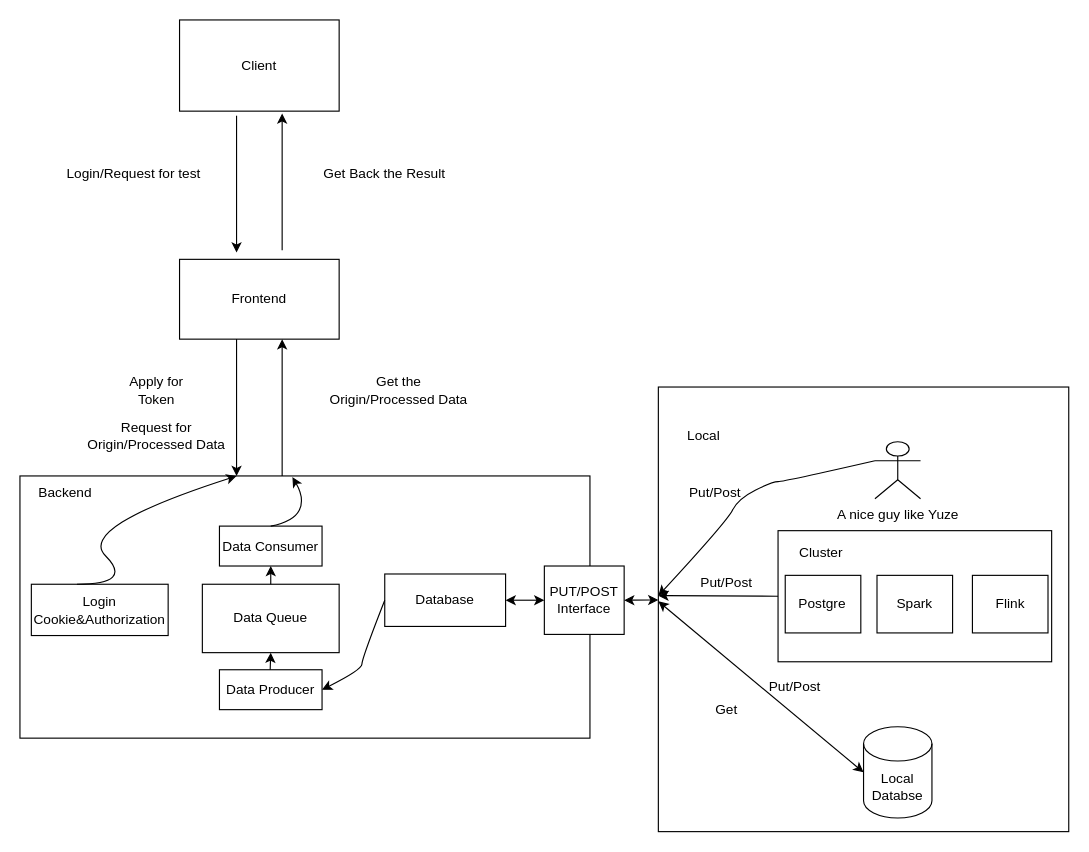
This is Untitled Diagram.drawio from guokedashuaige/styledesign, a draw.io file, before an edit. Source tidied: cells renumbered, new cells numbered last; positions are measured from the earlier drawing's top-left corner, leaving out a move shared by most shapes. Both pictures are drawn from the tidied source at 114%, with x=0, y=0 at pixel (19, 19).
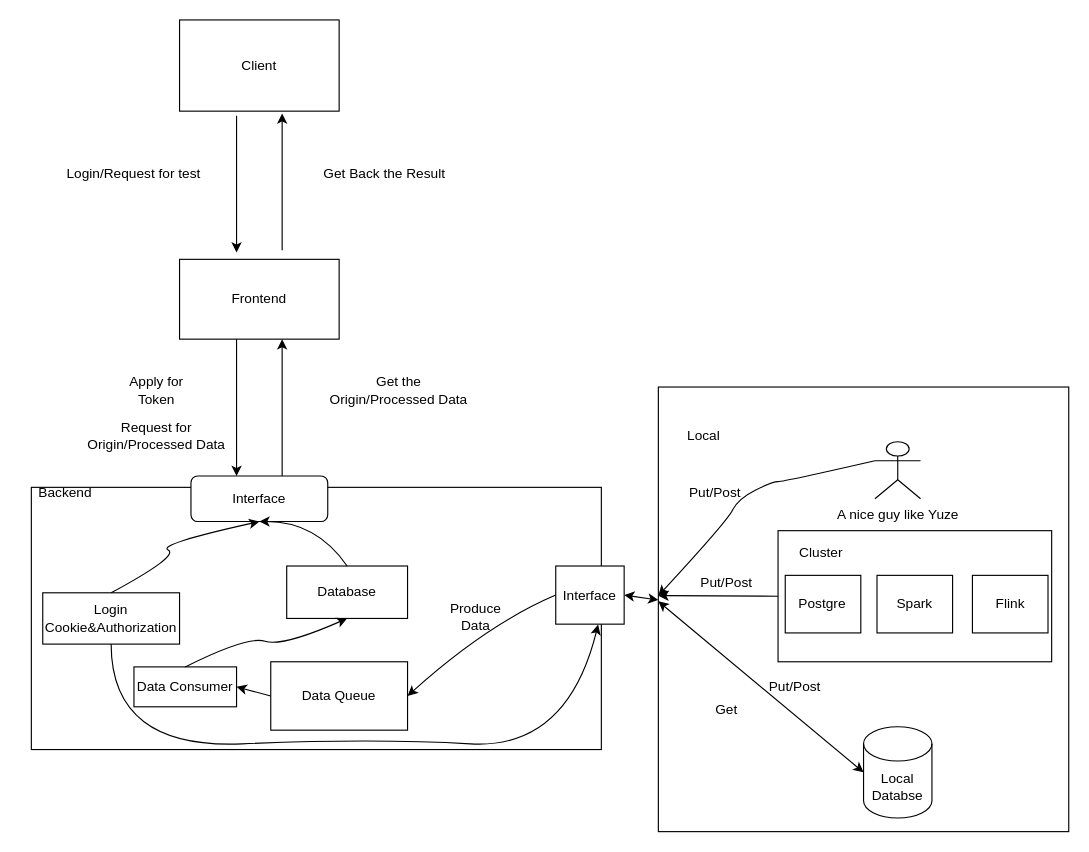
Above is the later version.

What changed in the source:
```diff
@@
     <mxCell id="9" style="rounded=0;whiteSpace=wrap;html=1;" parent="1" vertex="1">
-      <mxGeometry y="400" width="500" height="230" as="geometry" />
+      <mxGeometry x="10" y="410" width="500" height="230" as="geometry" />
     </mxCell>
@@
     <mxCell id="12" value="Login Cookie&amp;amp;Authorization" style="rounded=0;whiteSpace=wrap;html=1;" parent="1" vertex="1">
-      <mxGeometry x="10" y="495" width="120" height="45" as="geometry" />
+      <mxGeometry x="20" y="502.5" width="120" height="45" as="geometry" />
     </mxCell>
@@
     <mxCell id="14" value="Data Queue" style="rounded=0;whiteSpace=wrap;html=1;" parent="1" vertex="1">
-      <mxGeometry x="160" y="495" width="120" height="60" as="geometry" />
+      <mxGeometry x="220" y="563" width="120" height="60" as="geometry" />
     </mxCell>
-    <mxCell id="15" value="Data Producer" style="rounded=0;whiteSpace=wrap;html=1;" parent="1" vertex="1">
-      <mxGeometry x="175" y="570" width="90" height="35" as="geometry" />
-    </mxCell>
-    <mxCell id="16" style="curved=1;endArrow=classic;html=1;rounded=0;" parent="1" edge="1">
-      <mxGeometry relative="1" as="geometry">
-        <mxPoint x="50" y="495" as="sourcePoint" />
-        <mxPoint x="190" y="400" as="targetPoint" />
-        <Array as="points">
-          <mxPoint x="100" y="495" />
-          <mxPoint x="50" y="445" />
-        </Array>
-      </mxGeometry>
-    </mxCell>
-    <mxCell id="17" style="endArrow=classic;html=1;rounded=0;entryX=0.5;entryY=1;entryDx=0;entryDy=0;" parent="1" edge="1" target="14">
-      <mxGeometry relative="1" as="geometry">
-        <mxPoint x="219.5" y="570" as="sourcePoint" />
-      </mxGeometry>
-    </mxCell>
     <mxCell id="18" value="Data Consumer" style="rounded=0;whiteSpace=wrap;html=1;" parent="1" vertex="1">
-      <mxGeometry x="175" y="444" width="90" height="35" as="geometry" />
+      <mxGeometry x="100" y="567.5" width="90" height="35" as="geometry" />
     </mxCell>
-    <mxCell id="19" style="endArrow=classic;html=1;rounded=0;entryX=0.5;entryY=1;entryDx=0;entryDy=0;exitX=0.5;exitY=0;exitDx=0;exitDy=0;" parent="1" edge="1" source="14" target="18">
+    <mxCell id="19" style="endArrow=classic;html=1;rounded=0;entryX=1;entryY=0.5;entryDx=0;entryDy=0;exitX=0;exitY=0.5;exitDx=0;exitDy=0;" parent="1" edge="1" source="14" target="18">
       <mxGeometry relative="1" as="geometry" />
     </mxCell>
-    <mxCell id="20" style="curved=1;endArrow=classic;html=1;rounded=0;exitX=0.5;exitY=0;exitDx=0;exitDy=0;entryX=0.478;entryY=0.004;entryDx=0;entryDy=0;entryPerimeter=0;" parent="1" edge="1" source="18" target="9">
-      <mxGeometry relative="1" as="geometry">
-        <Array as="points">
-          <mxPoint x="240" y="440" />
-          <mxPoint x="250" y="420" />
-        </Array>
-      </mxGeometry>
-    </mxCell>
     <mxCell id="21" value="Database" style="rounded=0;whiteSpace=wrap;html=1;" parent="1" vertex="1">
-      <mxGeometry x="320" y="486" width="106" height="46" as="geometry" />
+      <mxGeometry x="234" y="479" width="106" height="46" as="geometry" />
     </mxCell>
-    <mxCell id="22" style="curved=1;endArrow=classic;html=1;rounded=0;entryX=1;entryY=0.5;entryDx=0;entryDy=0;exitX=0;exitY=0.5;exitDx=0;exitDy=0;" parent="1" edge="1" source="21" target="15">
-      <mxGeometry relative="1" as="geometry">
-        <Array as="points">
-          <mxPoint x="300" y="560" />
-          <mxPoint x="300" y="570" />
-        </Array>
-      </mxGeometry>
-    </mxCell>
@@
-    <mxCell id="26" value="PUT/POST&lt;br&gt;Interface" style="rounded=0;whiteSpace=wrap;html=1;" parent="1" vertex="1">
-      <mxGeometry x="460" y="479" width="70" height="60" as="geometry" />
+    <mxCell id="26" value="Interface" style="rounded=0;whiteSpace=wrap;html=1;" parent="1" vertex="1">
+      <mxGeometry x="470" y="479" width="60" height="51" as="geometry" />
     </mxCell>
-    <mxCell id="27" style="endArrow=classic;startArrow=classic;html=1;rounded=0;entryX=0;entryY=0.5;entryDx=0;entryDy=0;exitX=1;exitY=0.5;exitDx=0;exitDy=0;" parent="1" edge="1" source="21" target="26">
-      <mxGeometry relative="1" as="geometry" />
-    </mxCell>
@@
+    <mxCell id="45" style="curved=1;endArrow=classic;html=1;rounded=0;exitX=0.5;exitY=0;exitDx=0;exitDy=0;entryX=0.5;entryY=1;entryDx=0;entryDy=0;" parent="1" edge="1" source="18" target="21">
+      <mxGeometry relative="1" as="geometry">
+        <Array as="points">
+          <mxPoint x="200" y="540" />
+          <mxPoint x="230" y="550" />
+        </Array>
+      </mxGeometry>
+    </mxCell>
+    <mxCell id="46" value="Interface" style="rounded=1;whiteSpace=wrap;html=1;" parent="1" vertex="1">
+      <mxGeometry x="150" y="400" width="120" height="40" as="geometry" />
+    </mxCell>
+    <mxCell id="47" style="curved=1;endArrow=classic;html=1;rounded=0;entryX=0.5;entryY=1;entryDx=0;entryDy=0;exitX=0.5;exitY=0;exitDx=0;exitDy=0;" parent="1" edge="1" source="21" target="46">
+      <mxGeometry relative="1" as="geometry">
+        <Array as="points">
+          <mxPoint x="260" y="440" />
+        </Array>
+      </mxGeometry>
+    </mxCell>
+    <mxCell id="48" style="curved=1;endArrow=classic;html=1;rounded=0;exitX=0.5;exitY=0;exitDx=0;exitDy=0;entryX=0.5;entryY=1;entryDx=0;entryDy=0;" parent="1" edge="1" source="12" target="46">
+      <mxGeometry relative="1" as="geometry">
+        <Array as="points">
+          <mxPoint x="140" y="470" />
+          <mxPoint x="120" y="460" />
+        </Array>
+      </mxGeometry>
+    </mxCell>
+    <mxCell id="49" style="curved=1;endArrow=classic;html=1;rounded=0;exitX=0.5;exitY=1;exitDx=0;exitDy=0;entryX=0.62;entryY=1.008;entryDx=0;entryDy=0;entryPerimeter=0;" parent="1" edge="1" source="12" target="26">
+      <mxGeometry relative="1" as="geometry">
+        <Array as="points">
+          <mxPoint x="80" y="640" />
+          <mxPoint x="310" y="630" />
+          <mxPoint x="480" y="640" />
+        </Array>
+      </mxGeometry>
+    </mxCell>
+    <mxCell id="50" style="curved=1;endArrow=classic;html=1;rounded=0;exitX=0;exitY=0.5;exitDx=0;exitDy=0;entryX=1;entryY=0.5;entryDx=0;entryDy=0;" parent="1" edge="1" source="26" target="14">
+      <mxGeometry relative="1" as="geometry">
+        <Array as="points">
+          <mxPoint x="410" y="530" />
+        </Array>
+      </mxGeometry>
+    </mxCell>
+    <mxCell id="51" value="Produce Data" style="text;html=1;strokeColor=none;fillColor=none;align=center;verticalAlign=middle;whiteSpace=wrap;rounded=0;" parent="1" vertex="1">
+      <mxGeometry x="370" y="509" width="60" height="30" as="geometry" />
+    </mxCell>
```
